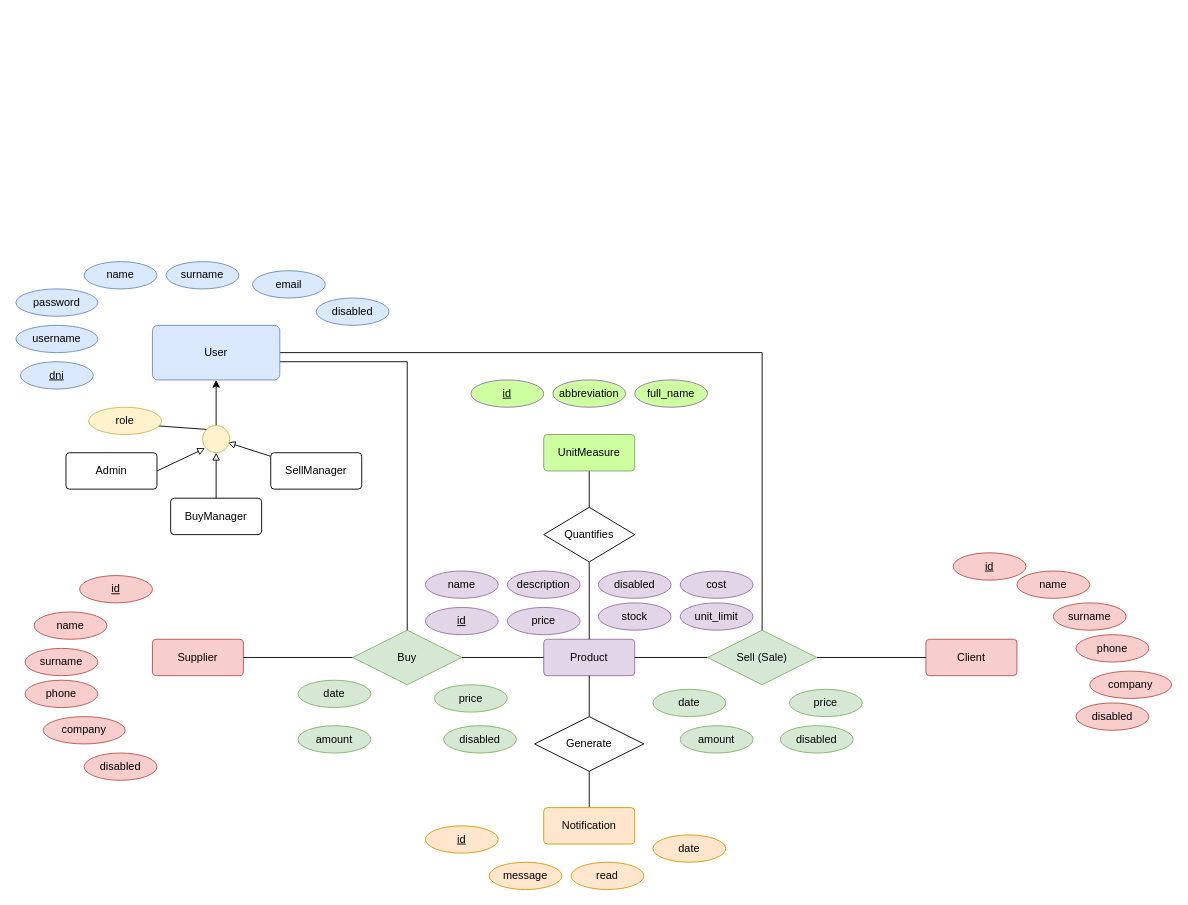
josecamporivas/stock-manager keeps this draw.io diagram as page "Page-1" (1 of 2) of db/ER model.drawio. Above is the earlier version. Source tidied: cells renumbered, new cells numbered last; positions are measured from the earlier drawing's top-left corner, leaving out a move shared by most shapes. Both pictures are drawn from the tidied source at 91%, with x=0, y=0 at pixel (15, 261).
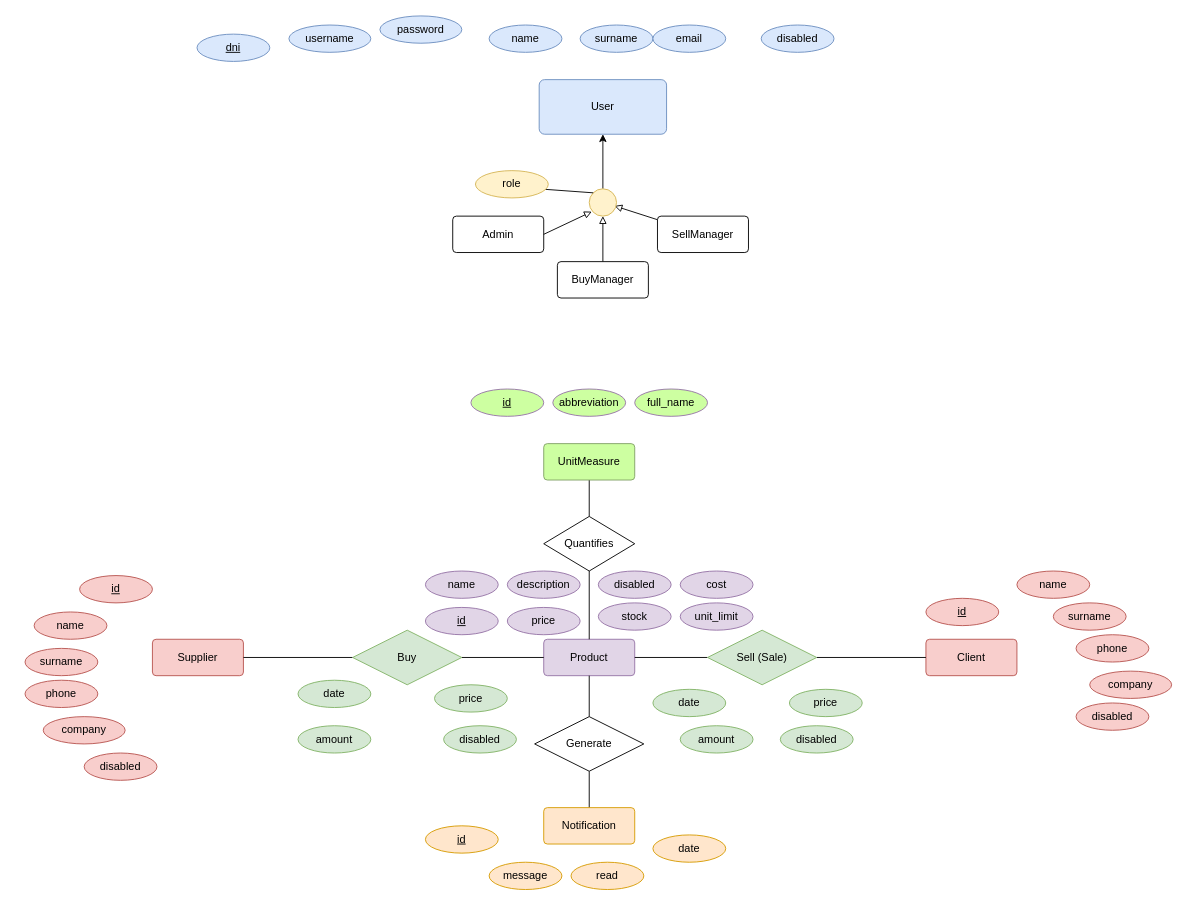
Above is the later version.

Commit message (it also covers changes not shown here):
Update database especification

The change refers to these unchanged cells:
```xml
<mxCell id="7" value="Buy" style="shape=rhombus;perimeter=rhombusPerimeter;whiteSpace=wrap;html=1;align=center;fillColor=#d5e8d4;strokeColor=#82b366;" parent="1" vertex="1">
  <mxGeometry x="370" y="405" width="120" height="60" as="geometry" />
</mxCell>
<mxCell id="10" value="Sell (Sale)" style="shape=rhombus;perimeter=rhombusPerimeter;whiteSpace=wrap;html=1;align=center;fillColor=#d5e8d4;strokeColor=#82b366;" parent="1" vertex="1">
  <mxGeometry x="760" y="405" width="120" height="60" as="geometry" />
</mxCell>
```

Change to the diagram source:
```diff
@@
-    <mxCell id="11" style="edgeStyle=orthogonalEdgeStyle;rounded=0;jettySize=auto;html=1;entryX=0.5;entryY=0;entryDx=0;entryDy=0;endArrow=none;endFill=0;" parent="1" edge="1" source="13" target="7">
-      <mxGeometry relative="1" as="geometry">
-        <Array as="points">
-          <mxPoint x="430" y="110" />
-        </Array>
-      </mxGeometry>
-    </mxCell>
-    <mxCell id="12" style="edgeStyle=orthogonalEdgeStyle;rounded=0;jettySize=auto;html=1;entryX=0.5;entryY=0;entryDx=0;entryDy=0;endArrow=none;endFill=0;" parent="1" edge="1" source="13" target="10">
-      <mxGeometry relative="1" as="geometry" />
-    </mxCell>
     <mxCell id="13" value="User" style="rounded=1;arcSize=10;whiteSpace=wrap;html=1;align=center;fillColor=#dae8fc;strokeColor=#6c8ebf;" parent="1" vertex="1">
-      <mxGeometry x="150" y="70" width="140" height="60" as="geometry" />
+      <mxGeometry x="575" y="-200" width="140" height="60" as="geometry" />
     </mxCell>
     <mxCell id="14" value="Admin" style="rounded=1;arcSize=10;whiteSpace=wrap;html=1;align=center;" parent="1" vertex="1">
-      <mxGeometry x="55" y="210" width="100" height="40" as="geometry" />
+      <mxGeometry x="480" y="-50" width="100" height="40" as="geometry" />
     </mxCell>
@@
     <mxCell id="16" value="BuyManager" style="rounded=1;arcSize=10;whiteSpace=wrap;html=1;align=center;" parent="1" vertex="1">
-      <mxGeometry x="170" y="260" width="100" height="40" as="geometry" />
+      <mxGeometry x="595" width="100" height="40" as="geometry" />
     </mxCell>
@@
     <mxCell id="18" value="SellManager" style="rounded=1;arcSize=10;whiteSpace=wrap;html=1;align=center;" parent="1" vertex="1">
-      <mxGeometry x="280" y="210" width="100" height="40" as="geometry" />
+      <mxGeometry x="705" y="-50" width="100" height="40" as="geometry" />
     </mxCell>
     <mxCell id="19" value="&lt;u&gt;dni&lt;/u&gt;" style="ellipse;whiteSpace=wrap;html=1;align=center;fillColor=#dae8fc;strokeColor=#6c8ebf;" parent="1" vertex="1">
-      <mxGeometry x="5" y="110" width="80" height="30" as="geometry" />
+      <mxGeometry x="199" y="-250" width="80" height="30" as="geometry" />
     </mxCell>
     <mxCell id="20" value="username" style="ellipse;whiteSpace=wrap;html=1;align=center;fillColor=#dae8fc;strokeColor=#6c8ebf;" parent="1" vertex="1">
-      <mxGeometry y="70" width="90" height="30" as="geometry" />
+      <mxGeometry x="300" y="-260" width="90" height="30" as="geometry" />
     </mxCell>
     <mxCell id="21" value="name" style="ellipse;whiteSpace=wrap;html=1;align=center;fillColor=#dae8fc;strokeColor=#6c8ebf;" parent="1" vertex="1">
-      <mxGeometry x="75" width="80" height="30" as="geometry" />
+      <mxGeometry x="520" y="-260" width="80" height="30" as="geometry" />
     </mxCell>
     <mxCell id="22" value="surname" style="ellipse;whiteSpace=wrap;html=1;align=center;fillColor=#dae8fc;strokeColor=#6c8ebf;" parent="1" vertex="1">
-      <mxGeometry x="165" width="80" height="30" as="geometry" />
+      <mxGeometry x="620" y="-260" width="80" height="30" as="geometry" />
     </mxCell>
     <mxCell id="23" value="email" style="ellipse;whiteSpace=wrap;html=1;align=center;fillColor=#dae8fc;strokeColor=#6c8ebf;" parent="1" vertex="1">
-      <mxGeometry x="260" y="10" width="80" height="30" as="geometry" />
+      <mxGeometry x="700" y="-260" width="80" height="30" as="geometry" />
     </mxCell>
@@
     <mxCell id="25" style="ellipse;whiteSpace=wrap;html=1;fillColor=#fff2cc;strokeColor=#d6b656;" parent="1" vertex="1">
-      <mxGeometry x="205" y="180" width="30" height="30" as="geometry" />
+      <mxGeometry x="630" y="-80" width="30" height="30" as="geometry" />
     </mxCell>
@@
     <mxCell id="33" value="role" style="ellipse;whiteSpace=wrap;html=1;align=center;fillColor=#fff2cc;strokeColor=#d6b656;" parent="1" vertex="1">
-      <mxGeometry x="80" y="160" width="80" height="30" as="geometry" />
+      <mxGeometry x="505" y="-100" width="80" height="30" as="geometry" />
     </mxCell>
     <mxCell id="34" value="password" style="ellipse;whiteSpace=wrap;html=1;align=center;fillColor=#dae8fc;strokeColor=#6c8ebf;" parent="1" vertex="1">
-      <mxGeometry y="30" width="90" height="30" as="geometry" />
+      <mxGeometry x="400" y="-270" width="90" height="30" as="geometry" />
     </mxCell>
     <mxCell id="35" value="disabled" style="ellipse;whiteSpace=wrap;html=1;align=center;fillColor=#dae8fc;strokeColor=#6c8ebf;" parent="1" vertex="1">
-      <mxGeometry x="330" y="40" width="80" height="30" as="geometry" />
+      <mxGeometry x="819" y="-260" width="80" height="30" as="geometry" />
     </mxCell>
@@
     <mxCell id="58" value="UnitMeasure" style="rounded=1;arcSize=10;whiteSpace=wrap;html=1;align=center;fillColor=#CDFFA1;strokeColor=#81A165;" parent="1" vertex="1">
-      <mxGeometry x="580" y="190" width="100" height="40" as="geometry" />
+      <mxGeometry x="580" y="200" width="100" height="40" as="geometry" />
     </mxCell>
@@
     <mxCell id="60" value="Quantifies" style="rhombus;whiteSpace=wrap;html=1;" parent="1" vertex="1">
-      <mxGeometry x="580" y="270" width="100" height="60" as="geometry" />
+      <mxGeometry x="580" y="280" width="100" height="60" as="geometry" />
     </mxCell>
     <mxCell id="61" value="&lt;u&gt;id&lt;/u&gt;" style="ellipse;whiteSpace=wrap;html=1;align=center;fillColor=#CDFFA1;strokeColor=#9673a6;" parent="1" vertex="1">
-      <mxGeometry x="500" y="130" width="80" height="30" as="geometry" />
+      <mxGeometry x="500" y="140" width="80" height="30" as="geometry" />
     </mxCell>
     <mxCell id="62" value="abbreviation" style="ellipse;whiteSpace=wrap;html=1;align=center;fillColor=#CDFFA1;strokeColor=#9673a6;" parent="1" vertex="1">
-      <mxGeometry x="590" y="130" width="80" height="30" as="geometry" />
+      <mxGeometry x="590" y="140" width="80" height="30" as="geometry" />
     </mxCell>
     <mxCell id="63" value="full_name" style="ellipse;whiteSpace=wrap;html=1;align=center;fillColor=#CDFFA1;strokeColor=#9673a6;" parent="1" vertex="1">
-      <mxGeometry x="680" y="130" width="80" height="30" as="geometry" />
+      <mxGeometry x="680" y="140" width="80" height="30" as="geometry" />
     </mxCell>
     <mxCell id="64" value="&lt;u&gt;id&lt;/u&gt;" style="ellipse;whiteSpace=wrap;html=1;align=center;fillColor=#f8cecc;strokeColor=#b85450;" parent="1" vertex="1">
-      <mxGeometry x="1030" y="320" width="80" height="30" as="geometry" />
+      <mxGeometry x="1000" y="370" width="80" height="30" as="geometry" />
     </mxCell>
```
